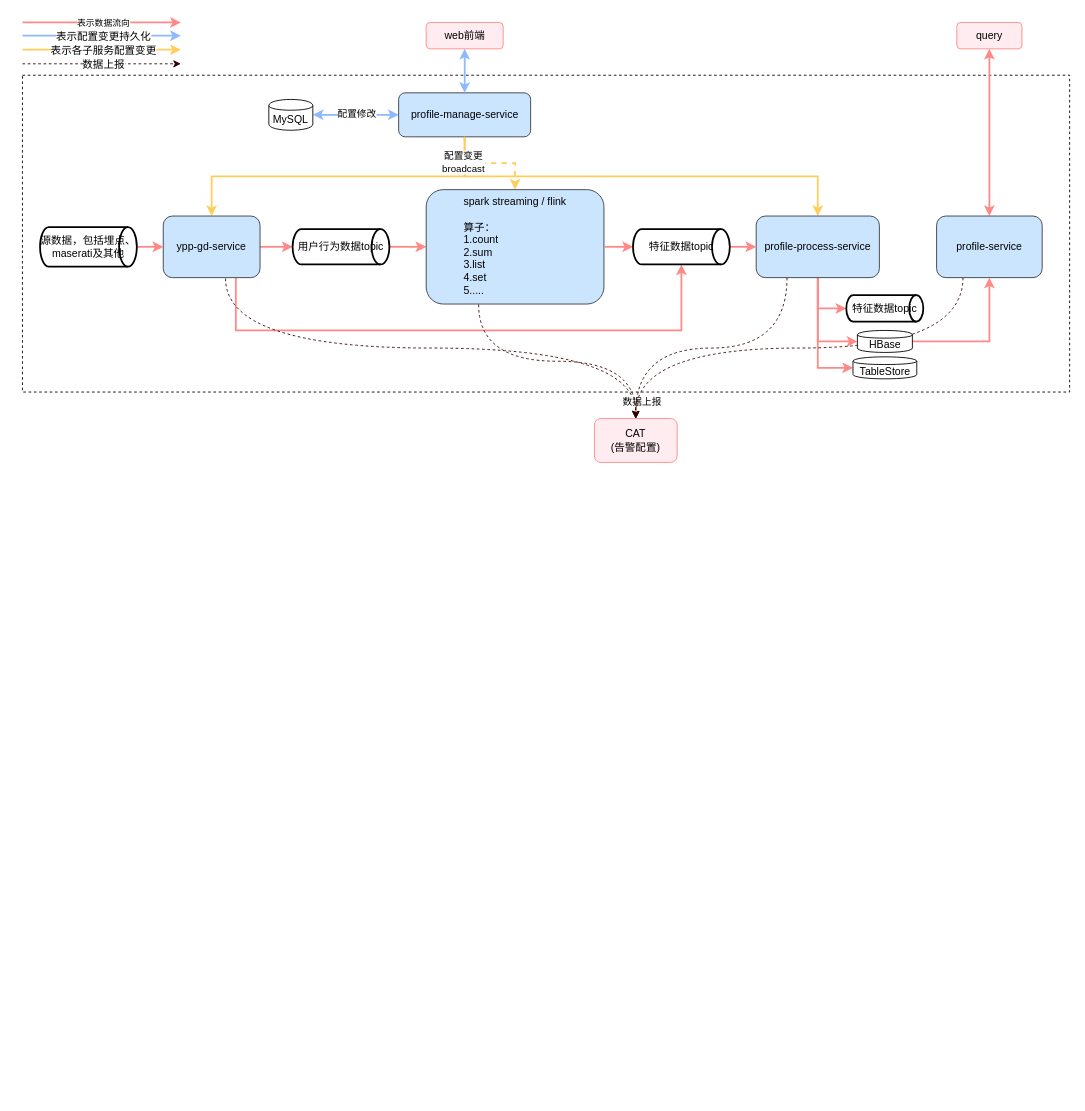
Above: 运行架构图.drawio in qingchao-kong/draw.io (draw.io), before the change. Source tidied: cells renumbered, new cells numbered last; positions are measured from the earlier drawing's top-left corner, leaving out a move shared by most shapes. Both pictures are drawn from the tidied source at 88%, with x=0, y=0 at pixel (22, 22).
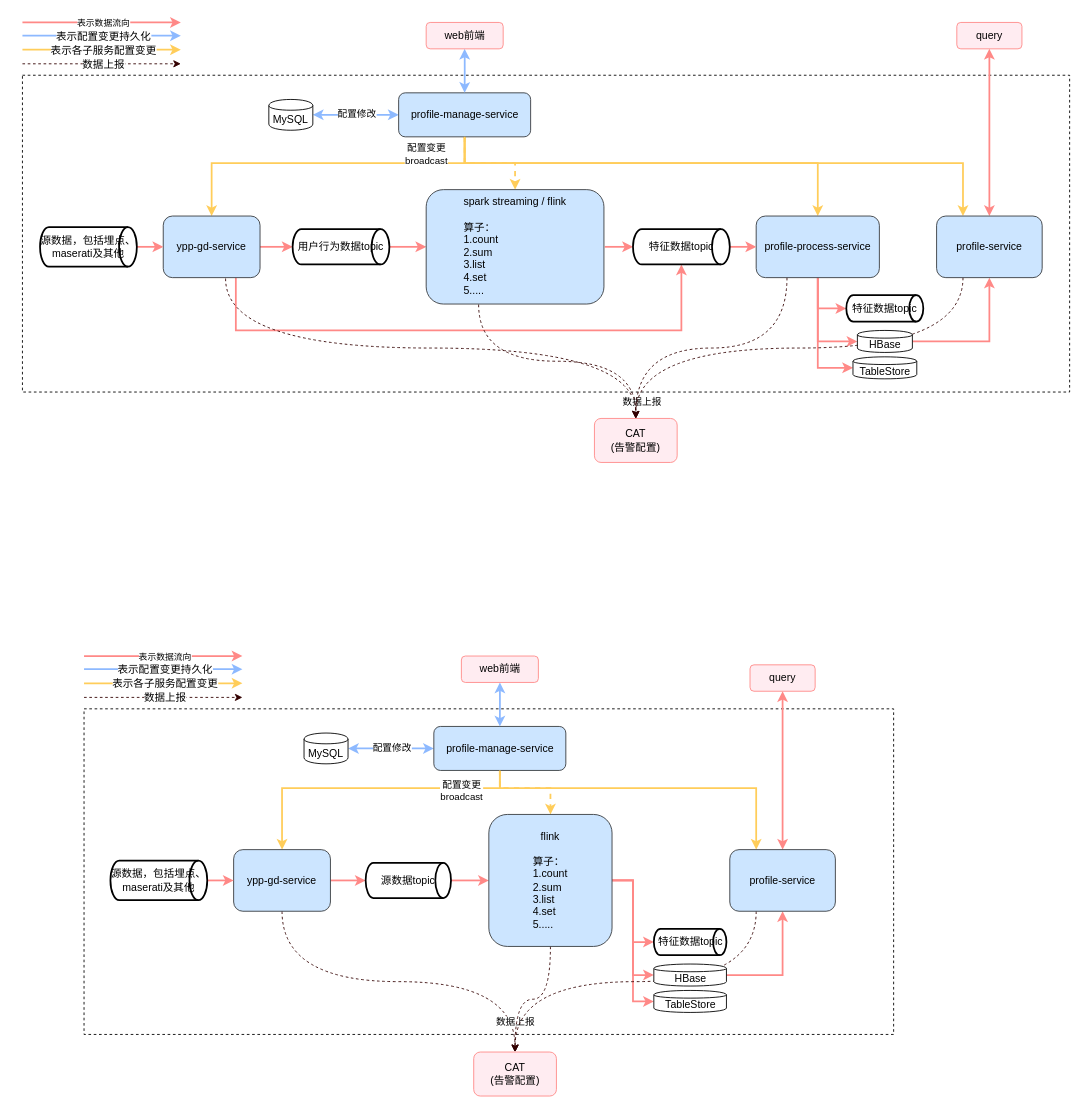
After the change.

Commit message:
Update 运行架构图.drawio

The change refers to these unchanged cells:
```xml
<mxCell id="7" value="profile-manage-service" style="rounded=1;whiteSpace=wrap;html=1;fillColor=#cce5ff;strokeColor=#36393d;" parent="1" vertex="1">
  <mxGeometry x="427.5" y="80" width="150" height="50" as="geometry" />
</mxCell>
<mxCell id="8" style="edgeStyle=orthogonalEdgeStyle;rounded=0;jettySize=auto;html=1;exitX=0.5;exitY=1;exitDx=0;exitDy=0;entryX=0.5;entryY=0;entryDx=0;entryDy=0;fillColor=#ffcd5a;strokeColor=#ffcd5a;strokeWidth=2;dashed=1;" parent="1" edge="1" source="7" target="25">
  <mxGeometry relative="1" as="geometry" />
</mxCell>
<mxCell id="14" value="ypp-gd-service" style="rounded=1;whiteSpace=wrap;html=1;fillColor=#cce5ff;strokeColor=#36393d;" parent="1" vertex="1">
  <mxGeometry x="160" y="220" width="110" height="70" as="geometry" />
</mxCell>
<mxCell id="28" value="profile-process-service" style="rounded=1;whiteSpace=wrap;html=1;fillColor=#cce5ff;strokeColor=#36393d;" parent="1" vertex="1">
  <mxGeometry x="833.8" y="220" width="140" height="70" as="geometry" />
</mxCell>
<mxCell id="43" value="profile-service" style="rounded=1;whiteSpace=wrap;html=1;fillColor=#cce5ff;strokeColor=#36393d;" parent="1" vertex="1">
  <mxGeometry x="1038.8" y="220" width="120" height="70" as="geometry" />
</mxCell>
```

Change to the diagram source:
```diff
@@
     <mxCell id="3" style="edgeStyle=orthogonalEdgeStyle;rounded=0;jettySize=auto;html=1;exitX=0.5;exitY=1;exitDx=0;exitDy=0;entryX=0.5;entryY=0;entryDx=0;entryDy=0;fillColor=#ffcd5a;strokeColor=#ffcd5a;strokeWidth=2;" parent="1" edge="1" source="7" target="14">
-      <mxGeometry relative="1" as="geometry" />
+      <mxGeometry relative="1" as="geometry">
+        <Array as="points">
+          <mxPoint x="503" y="160" />
+          <mxPoint x="215" y="160" />
+        </Array>
+      </mxGeometry>
     </mxCell>
     <mxCell id="4" style="edgeStyle=orthogonalEdgeStyle;rounded=0;jettySize=auto;html=1;exitX=0.5;exitY=1;exitDx=0;exitDy=0;entryX=0.5;entryY=0;entryDx=0;entryDy=0;fillColor=#ffcd5a;strokeColor=#ffcd5a;strokeWidth=2;" parent="1" edge="1" source="7" target="28">
-      <mxGeometry relative="1" as="geometry" />
+      <mxGeometry relative="1" as="geometry">
+        <Array as="points">
+          <mxPoint x="503" y="160" />
+          <mxPoint x="904" y="160" />
+        </Array>
+      </mxGeometry>
     </mxCell>
@@
+    <mxCell id="49" style="edgeStyle=orthogonalEdgeStyle;rounded=0;jettySize=auto;html=1;exitX=0.5;exitY=1;exitDx=0;exitDy=0;entryX=0.25;entryY=0;entryDx=0;entryDy=0;strokeColor=#FFCD5A;strokeWidth=2;" parent="1" edge="1" source="7" target="43">
+      <mxGeometry relative="1" as="geometry">
+        <Array as="points">
+          <mxPoint x="503" y="160" />
+          <mxPoint x="1069" y="160" />
+        </Array>
+      </mxGeometry>
+    </mxCell>
@@
     <mxCell id="9" value="配置变更&lt;br&gt;broadcast" style="edgeLabel;html=1;align=center;verticalAlign=middle;" parent="8" vertex="1">
-      <mxGeometry x="-0.52" y="-2" relative="1" as="geometry" />
+      <mxGeometry x="-0.52" y="-2" relative="1" as="geometry">
+        <mxPoint x="-41.8" y="-8.3" as="offset" />
+      </mxGeometry>
     </mxCell>
@@
+    <mxCell id="50" style="rounded=0;whiteSpace=wrap;html=1;dashed=1;shadow=0;fillColor=none;" parent="1" vertex="1">
+      <mxGeometry x="70" y="780" width="920" height="370" as="geometry" />
+    </mxCell>
+    <mxCell id="51" style="edgeStyle=orthogonalEdgeStyle;rounded=0;jettySize=auto;html=1;exitX=0.5;exitY=1;exitDx=0;exitDy=0;entryX=0.5;entryY=0;entryDx=0;entryDy=0;fillColor=#ffcd5a;strokeColor=#ffcd5a;strokeWidth=2;" parent="1" edge="1" source="55" target="61">
+      <mxGeometry relative="1" as="geometry">
+        <Array as="points">
+          <mxPoint x="543" y="870" />
+          <mxPoint x="295" y="870" />
+        </Array>
+      </mxGeometry>
+    </mxCell>
+    <mxCell id="52" style="rounded=0;jettySize=auto;html=1;exitX=0;exitY=0.5;exitDx=0;exitDy=0;entryX=1;entryY=0.5;entryDx=0;entryDy=0;fillColor=#8db9ff;strokeColor=#8db9ff;strokeWidth=2;startArrow=classic;startFill=1;" parent="1" edge="1" source="55" target="64">
+      <mxGeometry relative="1" as="geometry" />
+    </mxCell>
+    <mxCell id="53" value="配置修改" style="edgeLabel;html=1;align=center;verticalAlign=middle;" parent="52" vertex="1">
+      <mxGeometry x="-0.7" y="-2" relative="1" as="geometry">
+        <mxPoint x="-33.3" as="offset" />
+      </mxGeometry>
+    </mxCell>
+    <mxCell id="54" style="edgeStyle=orthogonalEdgeStyle;rounded=0;jettySize=auto;html=1;exitX=0.5;exitY=1;exitDx=0;exitDy=0;entryX=0.25;entryY=0;entryDx=0;entryDy=0;strokeColor=#FFCD5A;strokeWidth=2;" parent="1" edge="1" source="55" target="85">
+      <mxGeometry relative="1" as="geometry">
+        <Array as="points">
+          <mxPoint x="543" y="870" />
+          <mxPoint x="834" y="870" />
+        </Array>
+      </mxGeometry>
+    </mxCell>
+    <mxCell id="55" value="profile-manage-service" style="rounded=1;whiteSpace=wrap;html=1;fillColor=#cce5ff;strokeColor=#36393d;" parent="1" vertex="1">
+      <mxGeometry x="467.5" y="800" width="150" height="50" as="geometry" />
+    </mxCell>
+    <mxCell id="56" style="edgeStyle=orthogonalEdgeStyle;rounded=0;jettySize=auto;html=1;exitX=0.5;exitY=1;exitDx=0;exitDy=0;entryX=0.5;entryY=0;entryDx=0;entryDy=0;fillColor=#ffcd5a;strokeColor=#ffcd5a;strokeWidth=2;dashed=1;" parent="1" edge="1" source="55" target="72">
+      <mxGeometry relative="1" as="geometry">
+        <Array as="points">
+          <mxPoint x="543" y="870" />
+          <mxPoint x="600" y="870" />
+        </Array>
+      </mxGeometry>
+    </mxCell>
+    <mxCell id="57" value="配置变更&lt;br&gt;broadcast" style="edgeLabel;html=1;align=center;verticalAlign=middle;" parent="56" vertex="1">
+      <mxGeometry x="-0.52" y="-2" relative="1" as="geometry">
+        <mxPoint x="-49.6" as="offset" />
+      </mxGeometry>
+    </mxCell>
+    <mxCell id="58" style="edgeStyle=orthogonalEdgeStyle;rounded=0;jettySize=auto;html=1;exitX=1;exitY=0.5;exitDx=0;exitDy=0;entryX=0;entryY=0.5;entryDx=0;entryDy=0;fillColor=#ff8987;strokeColor=#ff8987;entryPerimeter=0;strokeWidth=2;" parent="1" edge="1" source="61" target="81">
+      <mxGeometry relative="1" as="geometry" />
+    </mxCell>
+    <mxCell id="59" style="edgeStyle=orthogonalEdgeStyle;rounded=0;jettySize=auto;html=1;exitX=0.5;exitY=1;exitDx=0;exitDy=0;entryX=0.5;entryY=0;entryDx=0;entryDy=0;startArrow=none;startFill=0;strokeWidth=1;curved=1;dashed=1;strokeColor=#330000;" parent="1" edge="1" source="61" target="87">
+      <mxGeometry relative="1" as="geometry" />
+    </mxCell>
+    <mxCell id="60" value="数据上报" style="edgeLabel;html=1;align=center;verticalAlign=middle;" parent="59" vertex="1">
+      <mxGeometry x="0.68" y="-27" relative="1" as="geometry">
+        <mxPoint x="27" y="33.4" as="offset" />
+      </mxGeometry>
+    </mxCell>
+    <mxCell id="61" value="ypp-gd-service" style="rounded=1;whiteSpace=wrap;html=1;fillColor=#cce5ff;strokeColor=#36393d;" parent="1" vertex="1">
+      <mxGeometry x="240" y="940" width="110" height="70" as="geometry" />
+    </mxCell>
+    <mxCell id="62" style="edgeStyle=orthogonalEdgeStyle;rounded=0;jettySize=auto;html=1;exitX=1;exitY=0.5;exitDx=0;exitDy=0;fillColor=#ff8987;strokeColor=#ff8987;entryX=0;entryY=0.5;entryDx=0;entryDy=0;strokeWidth=2;" parent="1" edge="1" source="72" target="90">
+      <mxGeometry relative="1" as="geometry" />
+    </mxCell>
+    <mxCell id="63" style="edgeStyle=orthogonalEdgeStyle;rounded=0;jettySize=auto;html=1;exitX=1;exitY=0.5;exitDx=0;exitDy=0;entryX=0;entryY=0.5;entryDx=0;entryDy=0;fillColor=#ff8987;strokeColor=#ff8987;strokeWidth=2;" parent="1" edge="1" source="72" target="66">
+      <mxGeometry relative="1" as="geometry" />
+    </mxCell>
+    <mxCell id="64" value="MySQL" style="shape=cylinder;whiteSpace=wrap;html=1;boundedLbl=1;backgroundOutline=1;" parent="1" vertex="1">
+      <mxGeometry x="320" y="807.5" width="50" height="35" as="geometry" />
+    </mxCell>
+    <mxCell id="65" style="edgeStyle=orthogonalEdgeStyle;rounded=0;jettySize=auto;html=1;exitX=1;exitY=0.5;exitDx=0;exitDy=0;entryX=0.5;entryY=1;entryDx=0;entryDy=0;strokeWidth=2;strokeColor=#FF8987;" parent="1" edge="1" source="90" target="85">
+      <mxGeometry relative="1" as="geometry" />
+    </mxCell>
+    <mxCell id="66" value="TableStore" style="shape=cylinder;whiteSpace=wrap;html=1;boundedLbl=1;backgroundOutline=1;" parent="1" vertex="1">
+      <mxGeometry x="717.5" y="1100" width="82.5" height="25" as="geometry" />
+    </mxCell>
+    <mxCell id="67" style="edgeStyle=orthogonalEdgeStyle;rounded=0;jettySize=auto;html=1;exitX=1;exitY=0.5;exitDx=0;exitDy=0;entryX=0;entryY=0.5;entryDx=0;entryDy=0;fillColor=#ff8987;strokeColor=#ff8987;exitPerimeter=0;strokeWidth=2;" parent="1" edge="1" source="81" target="72">
+      <mxGeometry relative="1" as="geometry" />
+    </mxCell>
+    <mxCell id="68" style="edgeStyle=orthogonalEdgeStyle;rounded=0;jettySize=auto;html=1;exitX=0.5;exitY=1;exitDx=0;exitDy=0;entryX=0.5;entryY=0;entryDx=0;entryDy=0;strokeWidth=2;startArrow=classic;startFill=1;strokeColor=#8DB9FF;" parent="1" edge="1" source="69" target="55">
+      <mxGeometry relative="1" as="geometry" />
+    </mxCell>
+    <mxCell id="69" value="web前端" style="rounded=1;whiteSpace=wrap;html=1;fillColor=#ffecf1;strokeColor=#ff8987;" parent="1" vertex="1">
+      <mxGeometry x="498.8" y="720" width="87.5" height="30" as="geometry" />
+    </mxCell>
+    <mxCell id="70" style="edgeStyle=orthogonalEdgeStyle;rounded=0;jettySize=auto;html=1;exitX=1;exitY=0.5;exitDx=0;exitDy=0;entryX=0;entryY=0.5;entryDx=0;entryDy=0;fillColor=#ff8987;strokeColor=#ff8987;entryPerimeter=0;strokeWidth=2;" parent="1" edge="1" source="72" target="82">
+      <mxGeometry relative="1" as="geometry" />
+    </mxCell>
+    <mxCell id="71" style="edgeStyle=orthogonalEdgeStyle;curved=1;rounded=0;jettySize=auto;html=1;exitX=0.5;exitY=1;exitDx=0;exitDy=0;entryX=0.5;entryY=0;entryDx=0;entryDy=0;startArrow=none;startFill=0;strokeWidth=1;dashed=1;strokeColor=#330000;" parent="1" edge="1" source="72" target="87">
+      <mxGeometry relative="1" as="geometry" />
+    </mxCell>
+    <mxCell id="72" value="flink&lt;br&gt;&lt;div style=&quot;text-align: left&quot;&gt;&lt;br&gt;&lt;/div&gt;&lt;div style=&quot;text-align: left&quot;&gt;算子：&lt;/div&gt;&lt;div style=&quot;text-align: left&quot;&gt;1.count&lt;/div&gt;&lt;div style=&quot;text-align: left&quot;&gt;2.sum&lt;/div&gt;&lt;div style=&quot;text-align: left&quot;&gt;3.list&lt;/div&gt;&lt;div style=&quot;text-align: left&quot;&gt;4.set&lt;/div&gt;&lt;div style=&quot;text-align: left&quot;&gt;5.....&lt;/div&gt;" style="rounded=1;whiteSpace=wrap;html=1;fillColor=#cce5ff;strokeColor=#36393d;" parent="1" vertex="1">
+      <mxGeometry x="530" y="900" width="140" height="150" as="geometry" />
+    </mxCell>
+    <mxCell id="73" style="endArrow=classic;html=1;fillColor=#ff8987;strokeColor=#ff8987;strokeWidth=2;" parent="1" edge="1">
+      <mxGeometry relative="1" as="geometry">
+        <mxPoint x="70" y="720" as="sourcePoint" />
+        <mxPoint x="250" y="720" as="targetPoint" />
+      </mxGeometry>
+    </mxCell>
+    <mxCell id="74" value="&lt;font style=&quot;font-size: 10px&quot;&gt;表示数据流向&lt;/font&gt;" style="text;html=1;align=center;verticalAlign=middle;labelBackgroundColor=#ffffff;childText;" parent="73" vertex="1">
+      <mxGeometry x="0.07" y="-1" relative="1" as="geometry">
+        <mxPoint x="-5" y="-1" as="offset" />
+      </mxGeometry>
+    </mxCell>
+    <mxCell id="75" style="edgeStyle=orthogonalEdgeStyle;rounded=0;jettySize=auto;html=1;exitX=1;exitY=0.5;exitDx=0;exitDy=0;exitPerimeter=0;entryX=0;entryY=0.5;entryDx=0;entryDy=0;fillColor=#ff8987;strokeColor=#ff8987;strokeWidth=2;" parent="1" edge="1" source="80" target="61">
+      <mxGeometry relative="1" as="geometry" />
+    </mxCell>
+    <mxCell id="76" style="endArrow=classic;html=1;fillColor=#8db9ff;strokeColor=#8db9ff;strokeWidth=2;" parent="1" edge="1">
+      <mxGeometry relative="1" as="geometry">
+        <mxPoint x="70" y="735" as="sourcePoint" />
+        <mxPoint x="250" y="735" as="targetPoint" />
+      </mxGeometry>
+    </mxCell>
+    <mxCell id="77" value="表示配置变更持久化" style="text;html=1;align=center;verticalAlign=middle;labelBackgroundColor=#ffffff;childText;" parent="76" vertex="1">
+      <mxGeometry x="0.07" y="-1" relative="1" as="geometry">
+        <mxPoint x="-5" y="-1" as="offset" />
+      </mxGeometry>
+    </mxCell>
+    <mxCell id="78" style="endArrow=classic;html=1;fillColor=#ffcd5a;strokeColor=#ffcd5a;strokeWidth=2;" parent="1" edge="1">
+      <mxGeometry relative="1" as="geometry">
+        <mxPoint x="70" y="751" as="sourcePoint" />
+        <mxPoint x="250" y="751" as="targetPoint" />
+      </mxGeometry>
+    </mxCell>
+    <mxCell id="79" value="表示各子服务配置变更" style="text;html=1;align=center;verticalAlign=middle;labelBackgroundColor=#ffffff;childText;" parent="78" vertex="1">
+      <mxGeometry x="0.07" y="-1" relative="1" as="geometry">
+        <mxPoint x="-5" y="-1" as="offset" />
+      </mxGeometry>
+    </mxCell>
+    <mxCell id="80" value="源数据，包括埋点、maserati及其他" style="strokeWidth=2;html=1;shape=mxgraph.flowchart.direct_data;whiteSpace=wrap;" parent="1" vertex="1">
+      <mxGeometry x="100" y="952.5" width="110" height="45" as="geometry" />
+    </mxCell>
+    <mxCell id="81" value="源数据topic" style="strokeWidth=2;html=1;shape=mxgraph.flowchart.direct_data;whiteSpace=wrap;" parent="1" vertex="1">
+      <mxGeometry x="390" y="955" width="97" height="40" as="geometry" />
+    </mxCell>
+    <mxCell id="82" value="特征数据topic" style="strokeWidth=2;html=1;shape=mxgraph.flowchart.direct_data;whiteSpace=wrap;" parent="1" vertex="1">
+      <mxGeometry x="717.5" y="1030" width="82.5" height="30" as="geometry" />
+    </mxCell>
+    <mxCell id="83" style="edgeStyle=orthogonalEdgeStyle;rounded=0;jettySize=auto;html=1;exitX=0.5;exitY=0;exitDx=0;exitDy=0;entryX=0.5;entryY=1;entryDx=0;entryDy=0;startArrow=classic;startFill=1;fillColor=#f8cecc;strokeColor=#FF8987;strokeWidth=2;" parent="1" edge="1" source="85" target="86">
+      <mxGeometry relative="1" as="geometry" />
+    </mxCell>
+    <mxCell id="84" style="edgeStyle=orthogonalEdgeStyle;curved=1;rounded=0;jettySize=auto;html=1;exitX=0.25;exitY=1;exitDx=0;exitDy=0;entryX=0.5;entryY=0;entryDx=0;entryDy=0;dashed=1;startArrow=none;startFill=0;strokeColor=#330000;strokeWidth=1;" parent="1" edge="1" source="85" target="87">
+      <mxGeometry relative="1" as="geometry" />
+    </mxCell>
+    <mxCell id="85" value="profile-service" style="rounded=1;whiteSpace=wrap;html=1;fillColor=#cce5ff;strokeColor=#36393d;" parent="1" vertex="1">
+      <mxGeometry x="803.8" y="940" width="120" height="70" as="geometry" />
+    </mxCell>
+    <mxCell id="86" value="query" style="rounded=1;whiteSpace=wrap;html=1;fillColor=#ffecf1;strokeColor=#ff8987;" parent="1" vertex="1">
+      <mxGeometry x="826.8" y="730" width="74" height="30" as="geometry" />
+    </mxCell>
+    <mxCell id="87" value="CAT&lt;br&gt;(告警配置)" style="rounded=1;whiteSpace=wrap;html=1;fillColor=#ffecf1;strokeColor=#ff8987;" parent="1" vertex="1">
+      <mxGeometry x="512.8" y="1170" width="94" height="50" as="geometry" />
+    </mxCell>
+    <mxCell id="88" style="endArrow=classic;html=1;fillColor=#ffcd5a;strokeWidth=1;strokeColor=#330000;dashed=1;" parent="1" edge="1">
+      <mxGeometry relative="1" as="geometry">
+        <mxPoint x="70" y="767" as="sourcePoint" />
+        <mxPoint x="250" y="767" as="targetPoint" />
+      </mxGeometry>
+    </mxCell>
+    <mxCell id="89" value="数据上报" style="text;html=1;align=center;verticalAlign=middle;labelBackgroundColor=#ffffff;childText;" parent="88" vertex="1">
+      <mxGeometry x="0.07" y="-1" relative="1" as="geometry">
+        <mxPoint x="-5" y="-1" as="offset" />
+      </mxGeometry>
+    </mxCell>
+    <mxCell id="90" value="HBase" style="shape=cylinder;whiteSpace=wrap;html=1;boundedLbl=1;backgroundOutline=1;" parent="1" vertex="1">
+      <mxGeometry x="717.5" y="1070" width="82.5" height="25" as="geometry" />
+    </mxCell>
```
